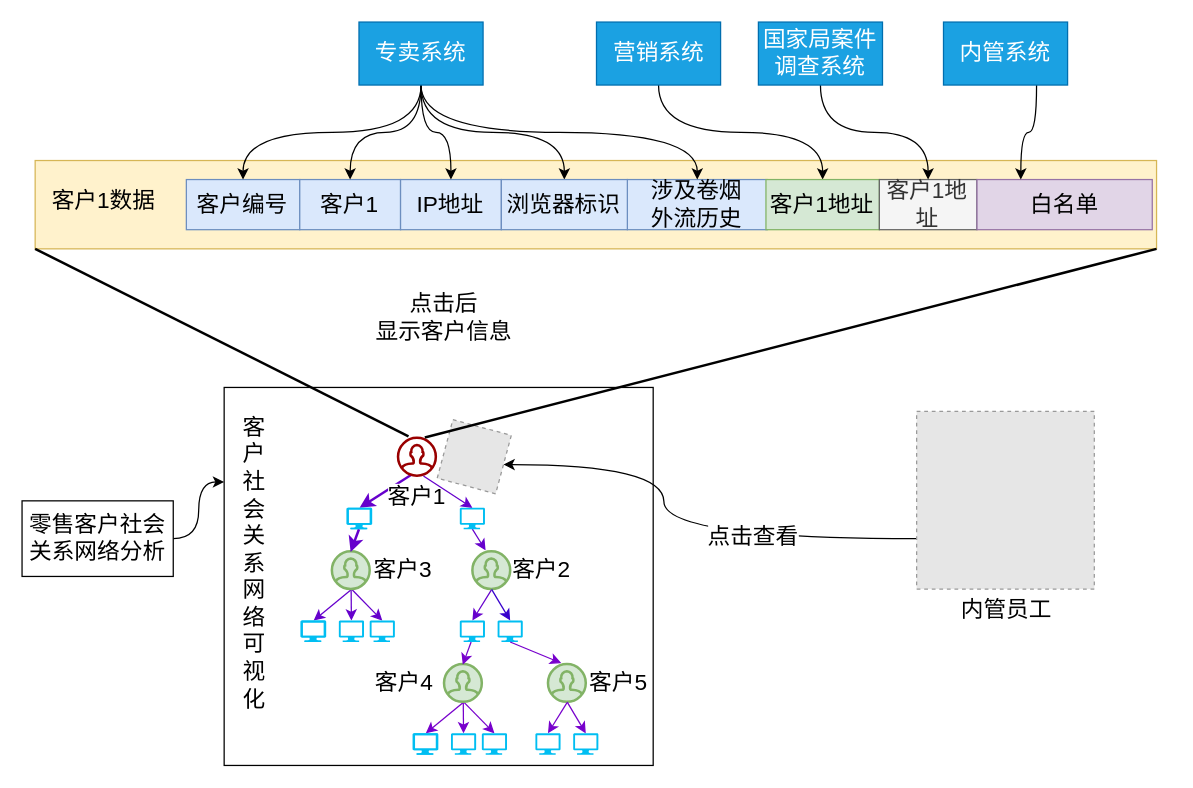
This is page "大户可视化" (6 of 9) of 大户模块和接口.drawio from 1009351456/Anonymous, a draw.io file, before an edit. Source tidied: cells renumbered, new cells numbered last; positions are measured from the earlier drawing's top-left corner, leaving out a move shared by most shapes. Both pictures are drawn from the tidied source at 126%, with x=0, y=0 at pixel (21, 21). Pictures stored in the file or linked from it are replaced by grey dashed boxes.
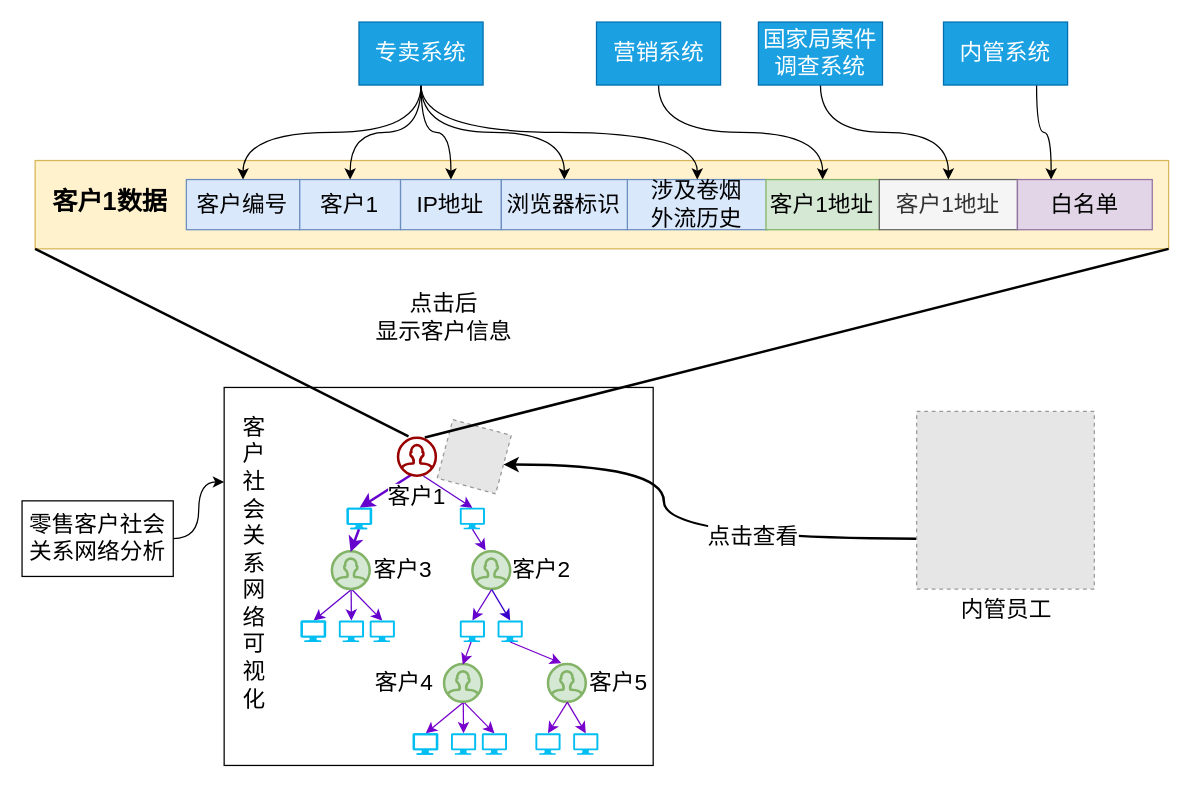
After the change.

Unchanged cells that the change refers to:
```xml
<mxCell id="69" value="内管员工" style="fillColor=#E6E6E6;strokeColor=#999999;dashed=1;html=1;verticalAlign=top;verticalLabelPosition=bottom;labelBackgroundColor=#ffffff;fontSize=18;" parent="1" vertex="1">
  <mxGeometry x="710" y="309" width="141" height="141" as="geometry" />
</mxCell>
<mxCell id="71" style="fillColor=#E6E6E6;strokeColor=#999999;dashed=1;html=1;verticalAlign=top;verticalLabelPosition=bottom;labelBackgroundColor=#ffffff;fontSize=18;align=center;rotation=-75;" parent="1" vertex="1">
  <mxGeometry x="334.9" y="321" width="48" height="48" as="geometry" />
</mxCell>
```

The edit, as a diff of the source:
```diff
@@
     <mxCell id="42" style="rounded=0;whiteSpace=wrap;html=1;fillColor=#fff2cc;strokeColor=#d6b656;fontSize=18;" parent="1" vertex="1">
-      <mxGeometry x="10.4" y="109.9" width="890" height="70.1" as="geometry" />
+      <mxGeometry x="10.4" y="109.9" width="899.6" height="70.1" as="geometry" />
     </mxCell>
-    <mxCell id="43" value="客户1数据&lt;br style=&quot;font-size: 18px;&quot;&gt;" style="text;html=1;strokeColor=none;fillColor=none;align=center;verticalAlign=middle;whiteSpace=wrap;rounded=0;fontSize=18;" parent="1" vertex="1">
-      <mxGeometry x="20.4" y="109.9" width="90" height="65" as="geometry" />
+    <mxCell id="43" value="客户1数据&lt;br style=&quot;font-size: 20px;&quot;&gt;" style="text;html=1;strokeColor=none;fillColor=none;align=center;verticalAlign=middle;whiteSpace=wrap;rounded=0;fontSize=20;fontStyle=1;" parent="1" vertex="1">
+      <mxGeometry x="20.4" y="109.9" width="99.6" height="65" as="geometry" />
     </mxCell>
@@
     <mxCell id="58" value="客户1地址" style="rounded=0;whiteSpace=wrap;html=1;fillColor=#f5f5f5;strokeColor=#666666;fontColor=#333333;fontSize=18;" parent="1" vertex="1">
-      <mxGeometry x="680.4" y="125" width="77.4" height="39.8" as="geometry" />
+      <mxGeometry x="680.4" y="125" width="109.6" height="39.8" as="geometry" />
     </mxCell>
@@
     <mxCell id="61" value="白名单" style="rounded=0;whiteSpace=wrap;html=1;fillColor=#e1d5e7;strokeColor=#9673a6;fontSize=18;" parent="1" vertex="1">
-      <mxGeometry x="757.9" y="125" width="139.1" height="39.8" as="geometry" />
+      <mxGeometry x="790" y="125" width="107" height="39.8" as="geometry" />
     </mxCell>
@@
-    <mxCell id="67" style="edgeStyle=orthogonalEdgeStyle;curved=1;rounded=0;jettySize=auto;html=1;strokeWidth=1;fontSize=18;entryX=0.5;entryY=1;entryDx=0;entryDy=0;" parent="1" edge="1" source="69" target="71">
+    <mxCell id="67" style="edgeStyle=orthogonalEdgeStyle;curved=1;rounded=0;jettySize=auto;html=1;strokeWidth=2;fontSize=18;entryX=0.5;entryY=1;entryDx=0;entryDy=0;" parent="1" edge="1" source="69" target="71">
       <mxGeometry relative="1" as="geometry">
         <Array as="points">
           <mxPoint x="509.4" y="410" />
           <mxPoint x="509.4" y="351" />
         </Array>
       </mxGeometry>
     </mxCell>
```
